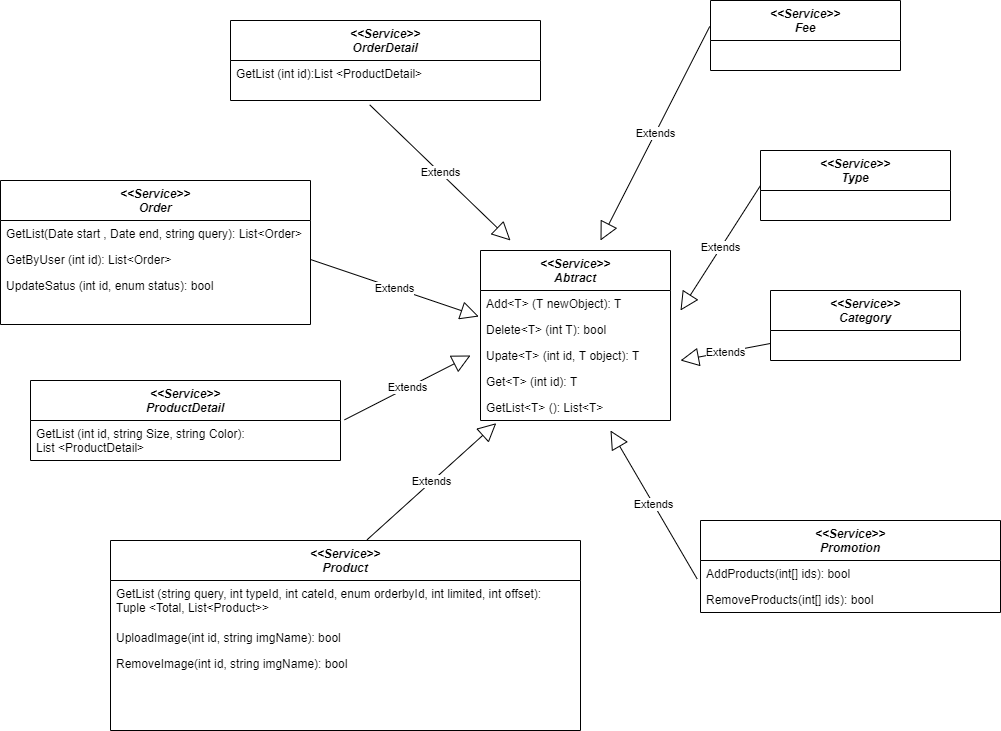
Above: docs/service diagram.png in vtoan/fashion-ecom-ns (draw.io), before the change. Source tidied: cells renumbered, new cells last; positions are measured from the earlier drawing's top-left corner, leaving out a move shared by most shapes.
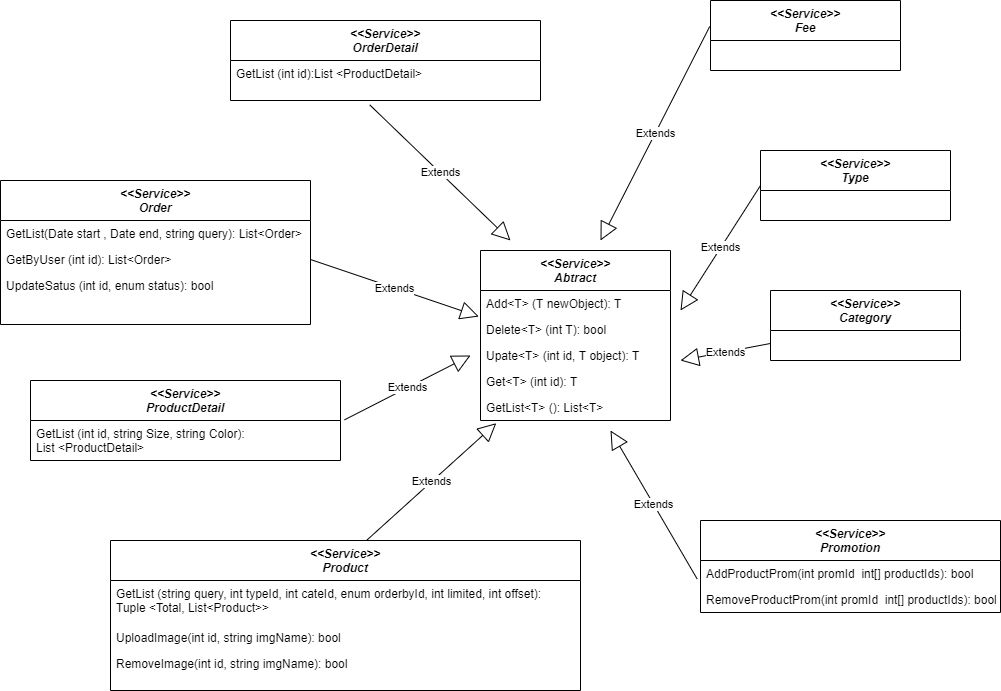
After the commit.

Commit message:
update class service diagram

Change to the diagram source:
```diff
@@ -3,7 +3,7 @@
     <mxCell id="0" />
     <mxCell id="1" parent="0" />
     <mxCell id="2" value="&lt;&lt;Service&gt;&gt;&#10;Product" style="swimlane;fontStyle=3;align=center;verticalAlign=top;horizontal=1;startSize=40;rounded=0;shadow=0;strokeWidth=1;" parent="1" vertex="1">
-      <mxGeometry x="110" y="540" width="470" height="190" as="geometry" />
+      <mxGeometry x="110" y="540" width="470" height="150" as="geometry" />
     </mxCell>
     <mxCell id="3" value="GetList (string query, int typeId, int cateId, enum orderbyId, int limited, int offset): &#10;Tuple &lt;Total, List&lt;Product&gt;&gt;" style="text;align=left;verticalAlign=top;spacingLeft=4;spacingRight=4;overflow=hidden;" parent="2" vertex="1">
       <mxGeometry y="40" width="470" height="44" as="geometry" />
@@ -104,10 +104,10 @@
     <mxCell id="31" value="&lt;&lt;Service&gt;&gt;&#10;Promotion" style="swimlane;fontStyle=3;align=center;verticalAlign=top;horizontal=1;startSize=40;rounded=0;shadow=0;strokeWidth=1;" parent="1" vertex="1">
       <mxGeometry x="700" y="520" width="300" height="92" as="geometry" />
     </mxCell>
-    <mxCell id="32" value="AddProducts(int[] ids): bool" style="text;align=left;verticalAlign=top;spacingLeft=4;spacingRight=4;overflow=hidden;points=[[0,0.5],[1,0.5]];portConstraint=eastwest;rounded=0;shadow=0;html=0;" parent="31" vertex="1">
+    <mxCell id="32" value="AddProductProm(int promId  int[] productIds): bool" style="text;align=left;verticalAlign=top;spacingLeft=4;spacingRight=4;overflow=hidden;points=[[0,0.5],[1,0.5]];portConstraint=eastwest;rounded=0;shadow=0;html=0;" parent="31" vertex="1">
       <mxGeometry y="40" width="300" height="26" as="geometry" />
     </mxCell>
-    <mxCell id="33" value="RemoveProducts(int[] ids): bool" style="text;align=left;verticalAlign=top;spacingLeft=4;spacingRight=4;overflow=hidden;rounded=0;shadow=0;html=0;" parent="31" vertex="1">
+    <mxCell id="33" value="RemoveProductProm(int promId  int[] productIds): bool" style="text;align=left;verticalAlign=top;spacingLeft=4;spacingRight=4;overflow=hidden;rounded=0;shadow=0;html=0;" parent="31" vertex="1">
       <mxGeometry y="66" width="300" height="26" as="geometry" />
     </mxCell>
   </root>
```
